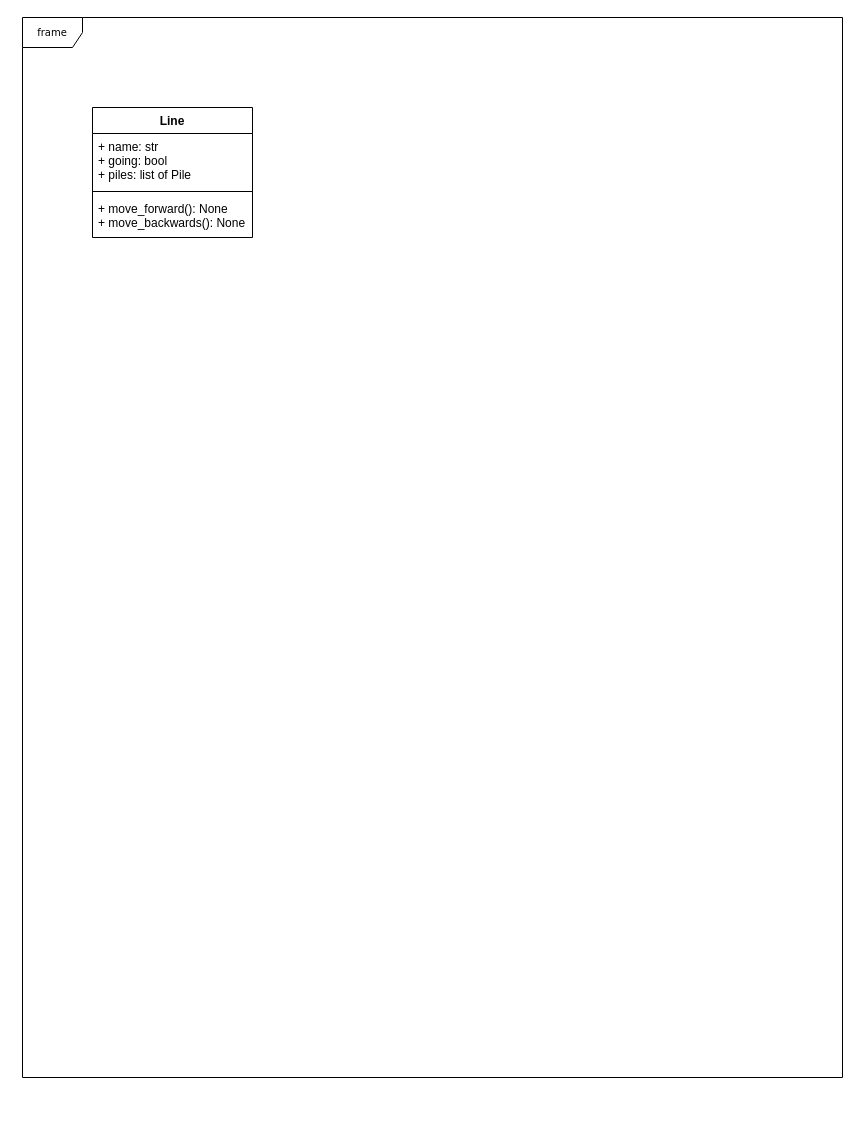
This is Untitled Diagram.drawio from LeonXBB/UKV-referee-finder-bot, a draw.io file, before an edit. Source tidied: cells renumbered, new cells numbered last; positions are measured from the earlier drawing's top-left corner, leaving out a move shared by most shapes. Both pictures are drawn from the tidied source at 100%, with x=0, y=0 at pixel (22, 17).
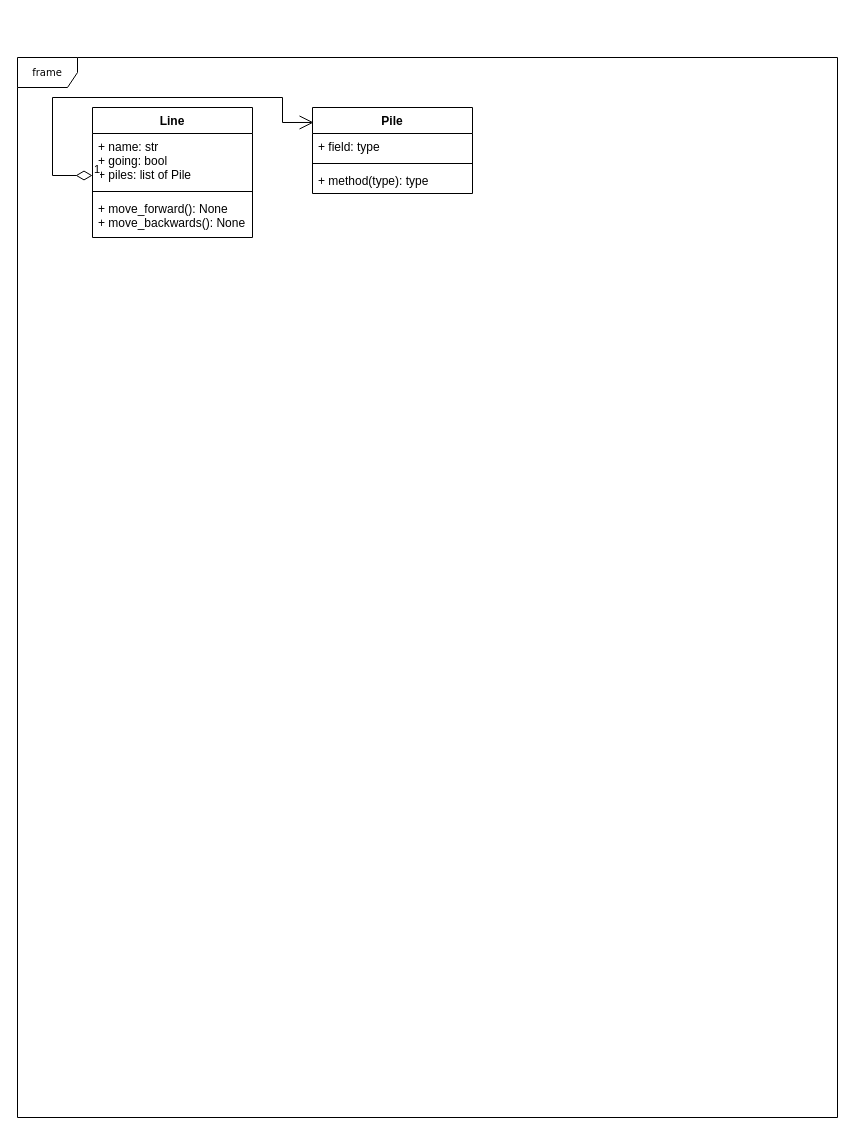
The same diagram, later.

What changed in the source:
```diff
@@
 <mxGraphModel>
   <root>
     <mxCell id="0" />
     <mxCell id="1" parent="0" />
     <mxCell id="2" value="frame" style="shape=umlFrame;whiteSpace=wrap;html=1;rounded=0;shadow=0;comic=0;labelBackgroundColor=none;strokeWidth=1;fontFamily=Verdana;fontSize=10;align=center;" parent="1" vertex="1">
-      <mxGeometry width="820" height="1060" as="geometry" />
+      <mxGeometry x="-5" y="40" width="820" height="1060" as="geometry" />
     </mxCell>
     <mxCell id="3" style="edgeStyle=orthogonalEdgeStyle;rounded=0;html=1;dashed=1;labelBackgroundColor=none;startFill=0;endArrow=open;endFill=0;endSize=10;fontFamily=Verdana;fontSize=10;" parent="1" edge="1">
       <mxGeometry relative="1" as="geometry">
         <mxPoint x="525" y="943" as="sourcePoint" />
         <Array as="points">
           <mxPoint x="525" y="950" />
           <mxPoint x="525" y="950" />
         </Array>
       </mxGeometry>
     </mxCell>
     <mxCell id="4" style="edgeStyle=orthogonalEdgeStyle;rounded=0;html=1;dashed=1;labelBackgroundColor=none;startFill=0;endArrow=open;endFill=0;endSize=10;fontFamily=Verdana;fontSize=10;" parent="1" edge="1">
       <mxGeometry relative="1" as="geometry">
         <mxPoint x="620" y="280" as="sourcePoint" />
       </mxGeometry>
     </mxCell>
     <mxCell id="5" value="Line&#10;" style="swimlane;fontStyle=1;align=center;verticalAlign=top;horizontal=1;startSize=26;" parent="1" vertex="1">
       <mxGeometry x="70" y="90" width="160" height="130" as="geometry" />
     </mxCell>
     <mxCell id="6" value="+ name: str&#10;+ going: bool&#10;+ piles: list of Pile" style="text;strokeColor=none;fillColor=none;align=left;verticalAlign=top;spacingLeft=4;spacingRight=4;overflow=hidden;points=[[0,0.5],[1,0.5]];portConstraint=eastwest;" parent="5" vertex="1">
       <mxGeometry y="26" width="160" height="54" as="geometry" />
     </mxCell>
     <mxCell id="7" style="line;strokeWidth=1;fillColor=none;align=left;verticalAlign=middle;spacingTop=-1;spacingLeft=3;spacingRight=3;labelPosition=right;" parent="5" vertex="1">
       <mxGeometry y="80" width="160" height="8" as="geometry" />
     </mxCell>
     <mxCell id="8" value="+ move_forward(): None&#10;+ move_backwards(): None" style="text;strokeColor=none;fillColor=none;align=left;verticalAlign=top;spacingLeft=4;spacingRight=4;overflow=hidden;" parent="5" vertex="1">
       <mxGeometry y="88" width="160" height="42" as="geometry" />
     </mxCell>
+    <mxCell id="9" value="Pile&#10;" style="swimlane;fontStyle=1;align=center;verticalAlign=top;horizontal=1;startSize=26;" parent="1" vertex="1">
+      <mxGeometry x="290" y="90" width="160" height="86" as="geometry" />
+    </mxCell>
+    <mxCell id="10" value="+ field: type" style="text;strokeColor=none;fillColor=none;align=left;verticalAlign=top;spacingLeft=4;spacingRight=4;overflow=hidden;" parent="9" vertex="1">
+      <mxGeometry y="26" width="160" height="26" as="geometry" />
+    </mxCell>
+    <mxCell id="11" style="line;strokeWidth=1;fillColor=none;align=left;verticalAlign=middle;spacingTop=-1;spacingLeft=3;spacingRight=3;labelPosition=right;" parent="9" vertex="1">
+      <mxGeometry y="52" width="160" height="8" as="geometry" />
+    </mxCell>
+    <mxCell id="12" value="+ method(type): type" style="text;strokeColor=none;fillColor=none;align=left;verticalAlign=top;spacingLeft=4;spacingRight=4;overflow=hidden;" parent="9" vertex="1">
+      <mxGeometry y="60" width="160" height="26" as="geometry" />
+    </mxCell>
+    <mxCell id="13" value="1" style="endArrow=open;html=1;endSize=12;startArrow=diamondThin;startSize=14;startFill=0;edgeStyle=orthogonalEdgeStyle;align=left;verticalAlign=bottom;rounded=0;entryX=0.007;entryY=0.174;entryDx=0;entryDy=0;entryPerimeter=0;" parent="1" edge="1" source="6" target="9">
+      <mxGeometry x="-1" y="3" relative="1" as="geometry">
+        <Array as="points">
+          <mxPoint x="30" y="158" />
+          <mxPoint x="30" y="80" />
+          <mxPoint x="260" y="80" />
+          <mxPoint x="260" y="105" />
+        </Array>
+      </mxGeometry>
+    </mxCell>
   </root>
 </mxGraphModel>
```
